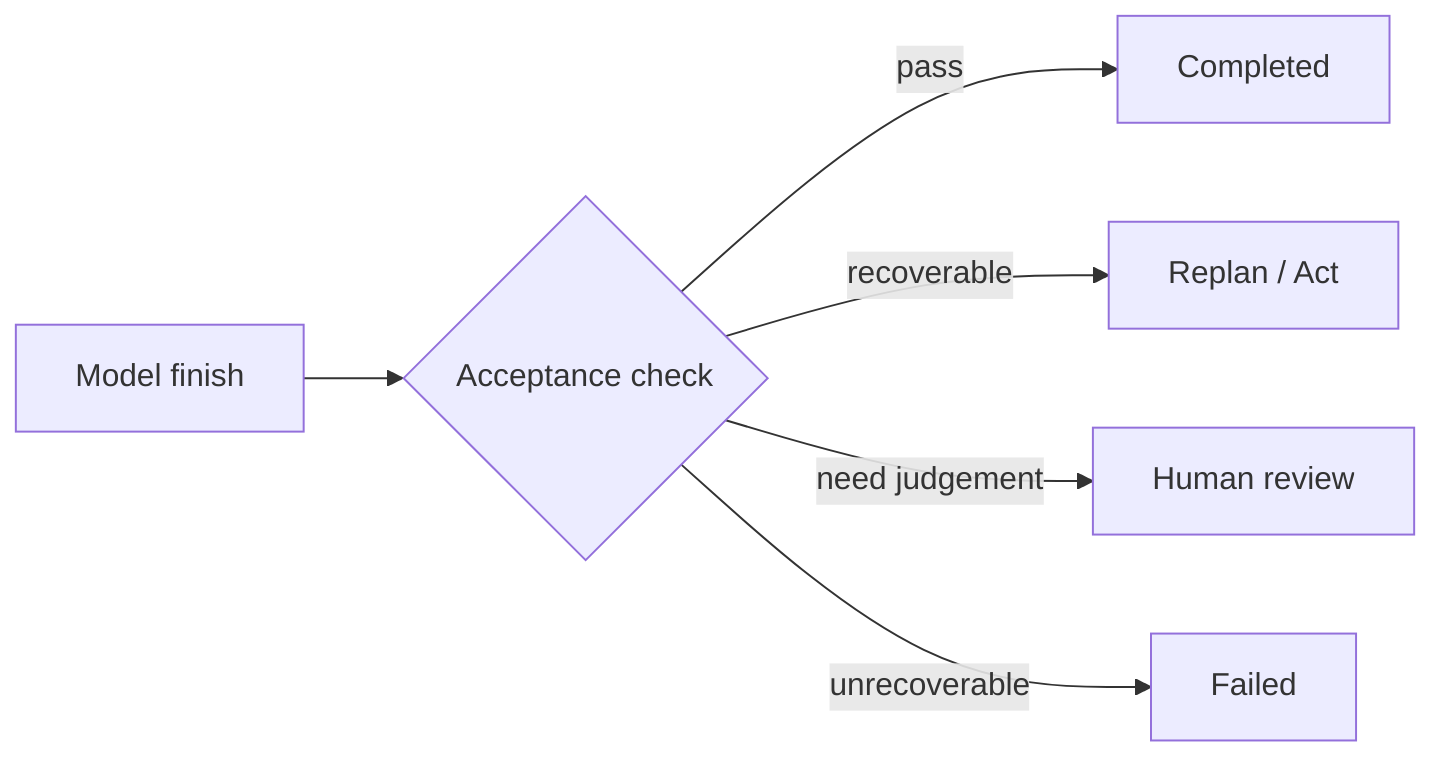
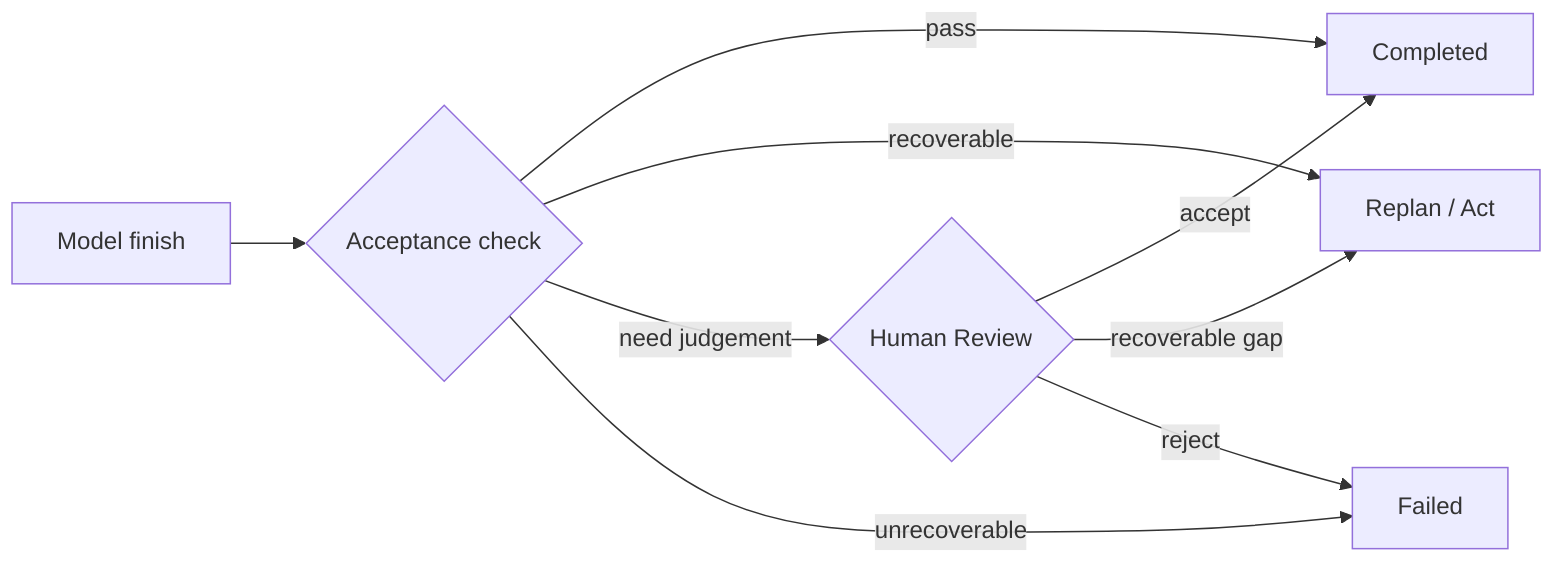
flowchart LR
    F[Model finish] --> V{Acceptance check}
    V -->|pass| C[Completed]
    V -->|recoverable| R[Replan / Act]
-     V -->|need judgement| H[Human review]
+     V -->|need judgement| H{Human Review}
    V -->|unrecoverable| X[Failed]
+     H -->|accept| C
+     H -->|recoverable gap| R
+     H -->|reject| X
